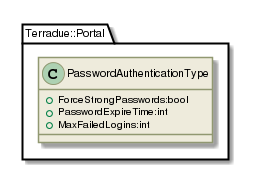
Terradue/doc-tep-geohazards-arch keeps this PlantUML diagram as _images/plantuml-c14db87bb951e15da8b596c6eb330e9772b6593a.png. Above is the earlier version.
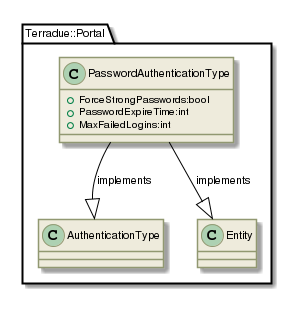
After the change.

Change to the diagram source:
```diff
@@ -143,5 +143,7 @@
  +PasswordExpireTime:int
  +MaxFailedLogins:int
 }
+Terradue::Portal::PasswordAuthenticationType  --|>  Terradue::Portal::AuthenticationType : implements
+Terradue::Portal::PasswordAuthenticationType  --|>  Terradue::Portal::Entity : implements
 
 @enduml
```
